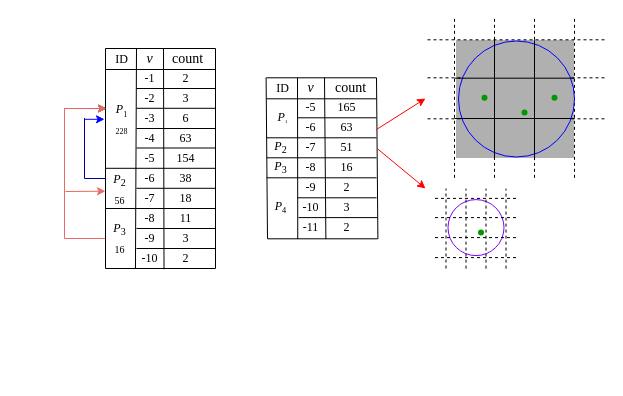
Before: Untitled Diagram.drawio in lichunhong-learn/graph, a draw.io diagram. Source tidied: cells renumbered, new cells numbered last; positions are measured from the earlier drawing's top-left corner, leaving out a move shared by most shapes. Both pictures are drawn from the tidied source at 100%, with x=0, y=0 at pixel (24, 17).
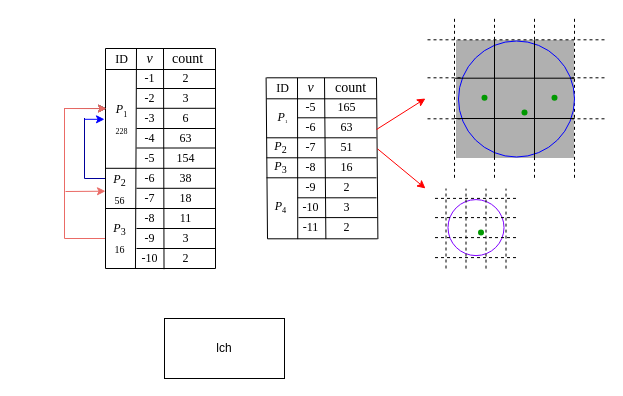
The same page after the edit.

What changed in the source:
```diff
@@
+    <mxCell id="114" value="lch" style="whiteSpace=wrap;html=1;" parent="1" vertex="1">
+      <mxGeometry x="140" y="301" width="120" height="60" as="geometry" />
+    </mxCell>
```
